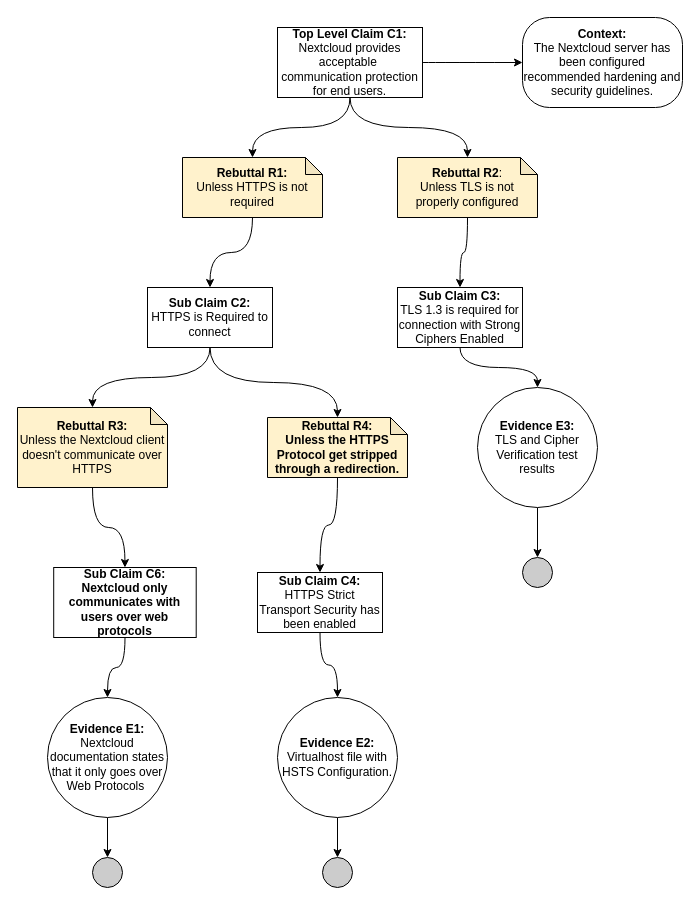
This is Assurance Case/Assurance Case - Secure Communication.drawio from Hinrichsta/FA23-Cyber8420, a draw.io file, before an edit. Source tidied: cells renumbered, new cells numbered last; positions are measured from the earlier drawing's top-left corner, leaving out a move shared by most shapes. Both pictures are drawn from the tidied source at 100%, with x=0, y=0 at pixel (17, 17).
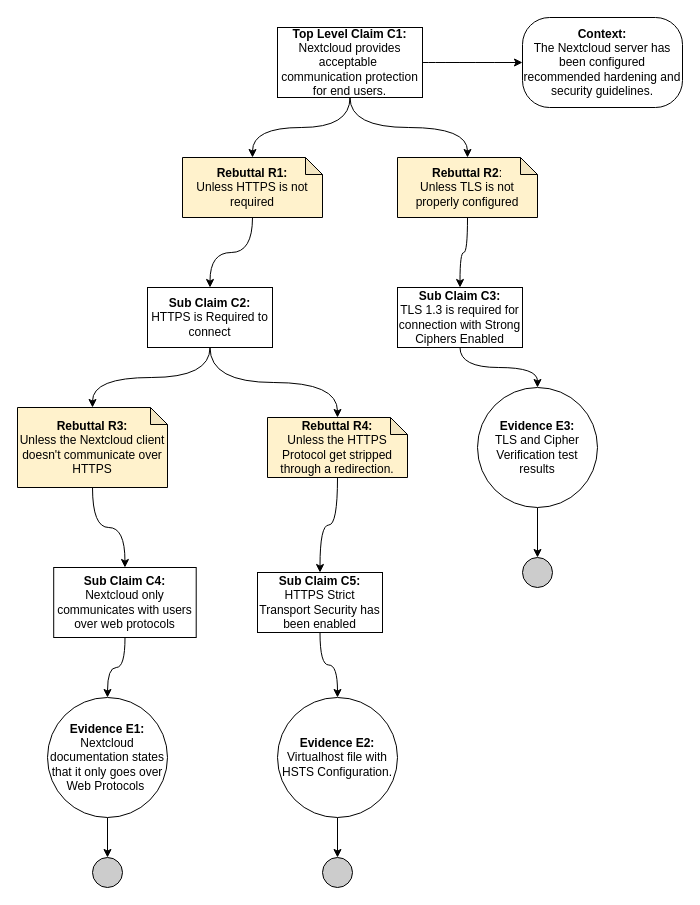
The same diagram, later.

Change to the diagram source:
```diff
@@
-    <mxCell id="14" value="&lt;b&gt;Rebuttal R4:&lt;br&gt;Unless the HTTPS Protocol get stripped through a redirection.&lt;br&gt;&lt;/b&gt;" style="shape=note;whiteSpace=wrap;html=1;backgroundOutline=1;darkOpacity=0.05;size=17;fillColor=#FFF2CC;" parent="1" vertex="1">
+    <mxCell id="14" value="&lt;b&gt;Rebuttal R4:&lt;/b&gt;&lt;br&gt;Unless the HTTPS Protocol get stripped through a redirection." style="shape=note;whiteSpace=wrap;html=1;backgroundOutline=1;darkOpacity=0.05;size=17;fillColor=#FFF2CC;" parent="1" vertex="1">
       <mxGeometry x="250" y="400" width="140" height="60" as="geometry" />
     </mxCell>
@@
-    <mxCell id="21" value="&lt;b&gt;Sub Claim C6:&lt;/b&gt;&lt;br&gt;&lt;b&gt;Nextcloud only communicates with users over web protocols&lt;br&gt;&lt;/b&gt;" style="rounded=0;whiteSpace=wrap;html=1;" parent="1" vertex="1">
+    <mxCell id="21" value="&lt;b&gt;Sub Claim C4:&lt;/b&gt;&lt;br&gt;Nextcloud only communicates with users over web protocols" style="rounded=0;whiteSpace=wrap;html=1;" parent="1" vertex="1">
       <mxGeometry x="36.2" y="550" width="142.5" height="70" as="geometry" />
     </mxCell>
@@
-    <mxCell id="24" value="&lt;b style=&quot;border-color: var(--border-color);&quot;&gt;Sub Claim C4:&lt;/b&gt;&lt;br style=&quot;border-color: var(--border-color);&quot;&gt;HTTPS Strict Transport Security has been enabled&lt;b&gt;&lt;br&gt;&lt;/b&gt;" style="rounded=0;whiteSpace=wrap;html=1;" parent="1" vertex="1">
+    <mxCell id="24" value="&lt;b style=&quot;border-color: var(--border-color);&quot;&gt;Sub Claim C5:&lt;/b&gt;&lt;br style=&quot;border-color: var(--border-color);&quot;&gt;HTTPS Strict Transport Security has been enabled&lt;b&gt;&lt;br&gt;&lt;/b&gt;" style="rounded=0;whiteSpace=wrap;html=1;" parent="1" vertex="1">
       <mxGeometry x="240" y="555" width="125" height="60" as="geometry" />
     </mxCell>
```
